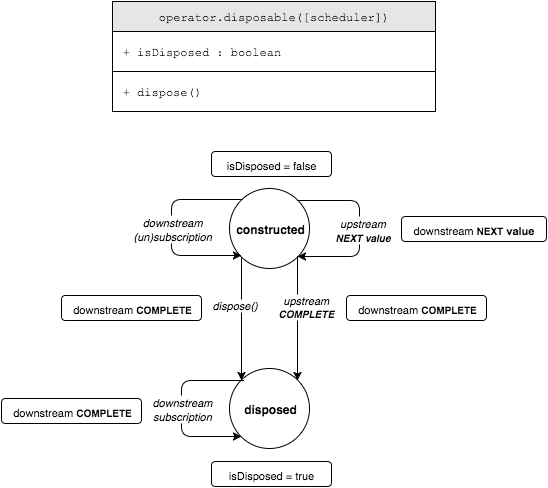
Earlier version of the draw.io export operator/disposable.png (bholloway/rxjs-operators). Source tidied: cells renumbered, new cells last; positions are measured from the earlier drawing's top-left corner, leaving out a move shared by most shapes.
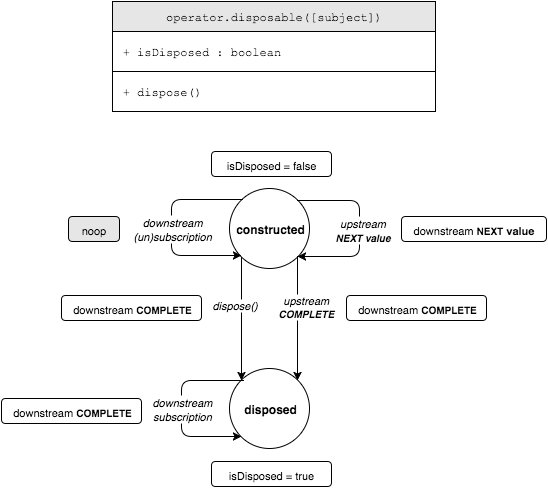
The same file after the commit.

Change to the diagram source:
```diff
@@ -8,7 +8,7 @@
     <mxCell id="3" style="group;" parent="2" vertex="1">
       <mxGeometry width="323" height="110" as="geometry" />
     </mxCell>
-    <mxCell id="4" value="&lt;span&gt;operator.&lt;/span&gt;disposable([scheduler])" style="whiteSpace=wrap;html=1;fillColor=#E6E6E6;fontFamily=Courier New;" parent="3" vertex="1">
+    <mxCell id="4" value="&lt;span&gt;operator.&lt;/span&gt;disposable([subject])" style="whiteSpace=wrap;html=1;fillColor=#E6E6E6;fontFamily=Courier New;" parent="3" vertex="1">
       <mxGeometry width="323" height="30" as="geometry" />
     </mxCell>
     <mxCell id="5" value="&lt;div&gt;&lt;span style=&quot;line-height: 1.2&quot;&gt;&amp;nbsp;+ isDisposed : boolean&lt;/span&gt;&lt;br&gt;&lt;/div&gt;" style="whiteSpace=wrap;html=1;fillColor=none;align=left;fontFamily=Courier New;" parent="3" vertex="1">
@@ -20,6 +20,9 @@
     <mxCell id="7" style="group;" parent="1" vertex="1">
       <mxGeometry y="150" width="545" height="335" as="geometry" />
     </mxCell>
+    <mxCell id="24" value="&lt;span style=&quot;font-size: 11px ; line-height: 13.2px&quot;&gt;noop&lt;/span&gt;" style="rounded=1;whiteSpace=wrap;html=1;strokeColor=#000000;fillColor=#E6E6E6;align=center;" parent="7" vertex="1">
+      <mxGeometry x="67" y="65" width="51" height="25" as="geometry" />
+    </mxCell>
     <mxCell id="8" value="&lt;font style=&quot;font-size: 11px&quot;&gt;isDisposed = true&lt;/font&gt;" style="rounded=1;whiteSpace=wrap;html=1;strokeColor=#000000;fillColor=#ffffff;align=center;" parent="7" vertex="1">
       <mxGeometry x="210" y="310" width="120" height="25" as="geometry" />
     </mxCell>
```
